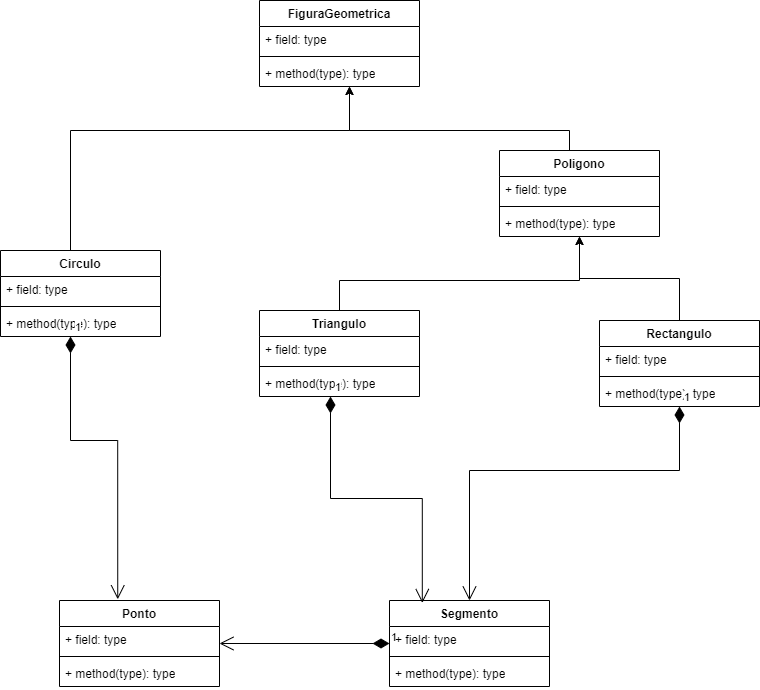
Earlier version of the draw.io export lab04/J/J.drawio.png (rodrigolinhas/UALGPOO). Source tidied: cells renumbered, new cells last; positions are measured from the earlier drawing's top-left corner, leaving out a move shared by most shapes.
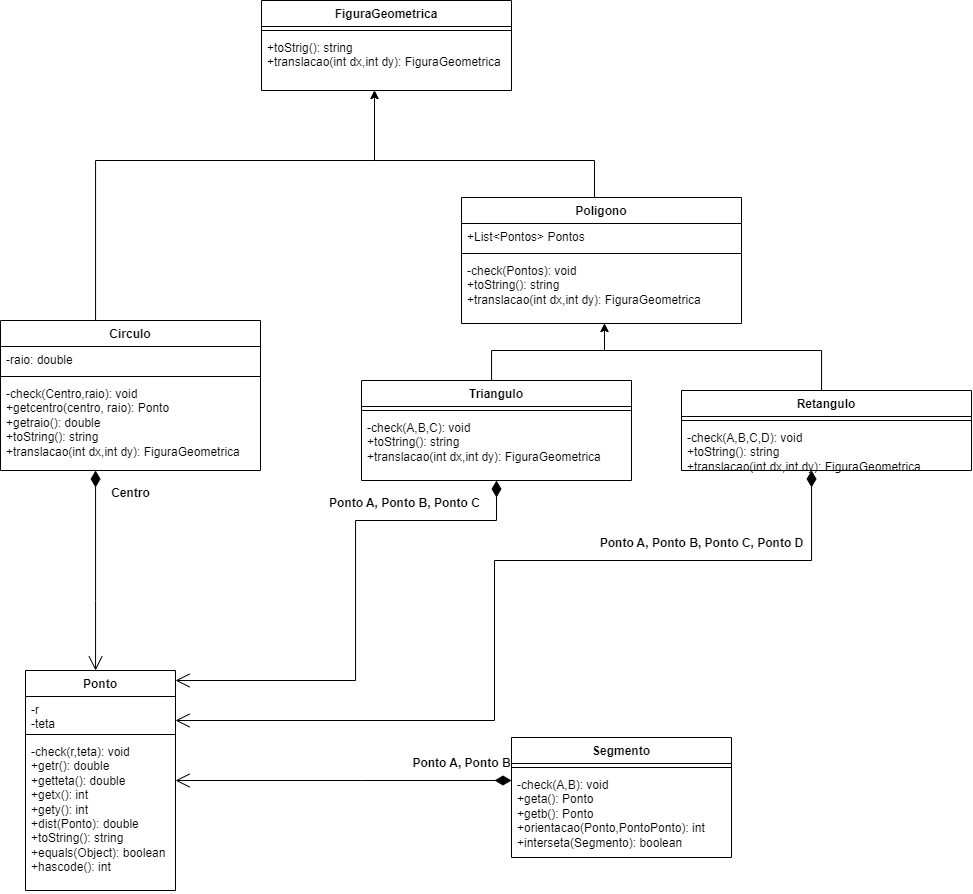
Above is the later version.

Change to the diagram source:
```diff
@@ -3,143 +3,156 @@
     <mxCell id="0" />
     <mxCell id="1" parent="0" />
     <mxCell id="2" value="Ponto" style="swimlane;fontStyle=1;align=center;verticalAlign=top;horizontal=1;startSize=26;whiteSpace=wrap;html=1;" parent="1" vertex="1">
-      <mxGeometry x="59" y="600" width="160" height="86" as="geometry" />
+      <mxGeometry y="600" width="150" height="220" as="geometry" />
     </mxCell>
-    <mxCell id="3" value="+ field: type" style="text;strokeColor=none;fillColor=none;align=left;verticalAlign=top;spacingLeft=4;spacingRight=4;overflow=hidden;whiteSpace=wrap;html=1;" parent="2" vertex="1">
-      <mxGeometry y="26" width="160" height="26" as="geometry" />
-    </mxCell>
-    <mxCell id="4" style="line;strokeWidth=1;fillColor=none;align=left;verticalAlign=middle;spacingTop=-1;spacingLeft=3;spacingRight=3;labelPosition=right;strokeColor=inherit;" parent="2" vertex="1">
-      <mxGeometry y="52" width="160" height="8" as="geometry" />
-    </mxCell>
-    <mxCell id="5" value="+ method(type): type" style="text;strokeColor=none;fillColor=none;align=left;verticalAlign=top;spacingLeft=4;spacingRight=4;overflow=hidden;whiteSpace=wrap;html=1;" parent="2" vertex="1">
-      <mxGeometry y="60" width="160" height="26" as="geometry" />
-    </mxCell>
+    <mxCell id="38" value="-r&lt;div&gt;-teta&lt;/div&gt;" style="text;strokeColor=none;fillColor=none;align=left;verticalAlign=top;spacingLeft=4;spacingRight=4;overflow=hidden;whiteSpace=wrap;html=1;" parent="2" vertex="1">
+      <mxGeometry y="26" width="150" height="34" as="geometry" />
+    </mxCell>
+    <mxCell id="39" style="line;strokeWidth=1;fillColor=none;align=left;verticalAlign=middle;spacingTop=-1;spacingLeft=3;spacingRight=3;labelPosition=right;strokeColor=inherit;" parent="2" vertex="1">
+      <mxGeometry y="60" width="150" height="8" as="geometry" />
+    </mxCell>
+    <mxCell id="40" value="-check(r,teta): void&lt;div&gt;+getr(): double&lt;/div&gt;&lt;div&gt;&lt;div&gt;+getteta(): double&lt;/div&gt;&lt;/div&gt;&lt;div&gt;&lt;div&gt;+getx(): int&lt;/div&gt;&lt;/div&gt;&lt;div&gt;&lt;div&gt;+gety(): int&lt;/div&gt;&lt;/div&gt;&lt;div&gt;&lt;div&gt;+dist(Ponto): double&lt;/div&gt;&lt;/div&gt;&lt;div&gt;+toString(): string&lt;/div&gt;&lt;div&gt;+equals(Object): boolean&lt;/div&gt;&lt;div&gt;+hascode(): int&lt;/div&gt;" style="text;strokeColor=none;fillColor=none;align=left;verticalAlign=top;spacingLeft=4;spacingRight=4;overflow=hidden;whiteSpace=wrap;html=1;" parent="2" vertex="1">
+      <mxGeometry y="68" width="150" height="152" as="geometry" />
+    </mxCell>
-    <mxCell id="6" value="1" style="endArrow=open;html=1;endSize=12;startArrow=diamondThin;startSize=14;startFill=1;edgeStyle=orthogonalEdgeStyle;align=left;verticalAlign=bottom;rounded=0;" parent="1" edge="1" source="22" target="2">
-      <mxGeometry x="-1" y="3" relative="1" as="geometry" />
+    <mxCell id="6" value="&lt;div&gt;&lt;br&gt;&lt;/div&gt;" style="endArrow=open;html=1;endSize=12;startArrow=diamondThin;startSize=14;startFill=1;edgeStyle=orthogonalEdgeStyle;align=left;verticalAlign=bottom;rounded=0;" parent="1" edge="1" source="22" target="2">
+      <mxGeometry x="-0.51" y="37" relative="1" as="geometry">
+        <Array as="points">
+          <mxPoint x="336" y="710" />
+          <mxPoint x="336" y="710" />
+        </Array>
+      </mxGeometry>
     </mxCell>
-    <mxCell id="7" style="edgeStyle=orthogonalEdgeStyle;rounded=0;jettySize=auto;html=1;" parent="1" edge="1" source="8" target="31">
-      <mxGeometry relative="1" as="geometry" />
-    </mxCell>
-    <mxCell id="8" value="Rectangulo" style="swimlane;fontStyle=1;align=center;verticalAlign=top;horizontal=1;startSize=26;whiteSpace=wrap;html=1;" parent="1" vertex="1">
-      <mxGeometry x="599" y="320" width="160" height="86" as="geometry" />
-    </mxCell>
-    <mxCell id="9" value="+ field: type" style="text;strokeColor=none;fillColor=none;align=left;verticalAlign=top;spacingLeft=4;spacingRight=4;overflow=hidden;whiteSpace=wrap;html=1;" parent="8" vertex="1">
-      <mxGeometry y="26" width="160" height="26" as="geometry" />
-    </mxCell>
-    <mxCell id="10" style="line;strokeWidth=1;fillColor=none;align=left;verticalAlign=middle;spacingTop=-1;spacingLeft=3;spacingRight=3;labelPosition=right;strokeColor=inherit;" parent="8" vertex="1">
-      <mxGeometry y="52" width="160" height="8" as="geometry" />
-    </mxCell>
-    <mxCell id="11" value="+ method(type): type" style="text;strokeColor=none;fillColor=none;align=left;verticalAlign=top;spacingLeft=4;spacingRight=4;overflow=hidden;whiteSpace=wrap;html=1;" parent="8" vertex="1">
-      <mxGeometry y="60" width="160" height="26" as="geometry" />
-    </mxCell>
+    <mxCell id="41" style="edgeStyle=orthogonalEdgeStyle;rounded=0;jettySize=auto;html=1;" parent="1" edge="1" source="42" target="31">
+      <mxGeometry relative="1" as="geometry">
+        <Array as="points">
+          <mxPoint x="796" y="280" />
+          <mxPoint x="579" y="280" />
+        </Array>
+      </mxGeometry>
+    </mxCell>
+    <mxCell id="42" value="Retangulo" style="swimlane;fontStyle=1;align=center;verticalAlign=top;horizontal=1;startSize=26;whiteSpace=wrap;html=1;" parent="1" vertex="1">
+      <mxGeometry x="656" y="320" width="290" height="80" as="geometry" />
+    </mxCell>
+    <mxCell id="43" style="line;strokeWidth=1;fillColor=none;align=left;verticalAlign=middle;spacingTop=-1;spacingLeft=3;spacingRight=3;labelPosition=right;strokeColor=inherit;" parent="42" vertex="1">
+      <mxGeometry y="26" width="290" height="8" as="geometry" />
+    </mxCell>
+    <mxCell id="44" value="-check(A,B,C,D): void&lt;div&gt;+toString(): string&lt;/div&gt;&lt;div&gt;+translacao(int dx,int dy): FiguraGeometrica&amp;nbsp;&lt;/div&gt;" style="text;strokeColor=none;fillColor=none;align=left;verticalAlign=top;spacingLeft=4;spacingRight=4;overflow=hidden;whiteSpace=wrap;html=1;" parent="42" vertex="1">
+      <mxGeometry y="34" width="290" height="46" as="geometry" />
+    </mxCell>
     <mxCell id="12" style="edgeStyle=orthogonalEdgeStyle;rounded=0;jettySize=auto;html=1;" parent="1" edge="1" source="13" target="31">
       <mxGeometry relative="1" as="geometry">
         <Array as="points">
-          <mxPoint x="339" y="280" />
+          <mxPoint x="466" y="280" />
           <mxPoint x="579" y="280" />
         </Array>
       </mxGeometry>
     </mxCell>
     <mxCell id="13" value="Triangulo" style="swimlane;fontStyle=1;align=center;verticalAlign=top;horizontal=1;startSize=26;whiteSpace=wrap;html=1;" parent="1" vertex="1">
-      <mxGeometry x="259" y="310" width="160" height="86" as="geometry" />
+      <mxGeometry x="336" y="310" width="270" height="100" as="geometry" />
     </mxCell>
-    <mxCell id="14" value="+ field: type" style="text;strokeColor=none;fillColor=none;align=left;verticalAlign=top;spacingLeft=4;spacingRight=4;overflow=hidden;whiteSpace=wrap;html=1;" parent="13" vertex="1">
-      <mxGeometry y="26" width="160" height="26" as="geometry" />
-    </mxCell>
-    <mxCell id="15" style="line;strokeWidth=1;fillColor=none;align=left;verticalAlign=middle;spacingTop=-1;spacingLeft=3;spacingRight=3;labelPosition=right;strokeColor=inherit;" parent="13" vertex="1">
-      <mxGeometry y="52" width="160" height="8" as="geometry" />
-    </mxCell>
-    <mxCell id="16" value="+ method(type): type" style="text;strokeColor=none;fillColor=none;align=left;verticalAlign=top;spacingLeft=4;spacingRight=4;overflow=hidden;whiteSpace=wrap;html=1;" parent="13" vertex="1">
-      <mxGeometry y="60" width="160" height="26" as="geometry" />
-    </mxCell>
+    <mxCell id="45" style="line;strokeWidth=1;fillColor=none;align=left;verticalAlign=middle;spacingTop=-1;spacingLeft=3;spacingRight=3;labelPosition=right;strokeColor=inherit;" parent="13" vertex="1">
+      <mxGeometry y="26" width="270" height="8" as="geometry" />
+    </mxCell>
+    <mxCell id="46" value="-check(A,B,C): void&lt;div&gt;+toString(): string&lt;/div&gt;&lt;div&gt;+translacao(int dx,int dy): FiguraGeometrica&amp;nbsp;&lt;/div&gt;" style="text;strokeColor=none;fillColor=none;align=left;verticalAlign=top;spacingLeft=4;spacingRight=4;overflow=hidden;whiteSpace=wrap;html=1;" parent="13" vertex="1">
+      <mxGeometry y="34" width="270" height="66" as="geometry" />
+    </mxCell>
     <mxCell id="17" style="edgeStyle=orthogonalEdgeStyle;rounded=0;jettySize=auto;html=1;" parent="1" edge="1" source="18" target="26">
       <mxGeometry relative="1" as="geometry">
         <Array as="points">
-          <mxPoint x="70" y="130" />
-          <mxPoint x="349" y="130" />
+          <mxPoint x="70" y="90" />
+          <mxPoint x="349" y="90" />
         </Array>
       </mxGeometry>
     </mxCell>
     <mxCell id="18" value="Circulo" style="swimlane;fontStyle=1;align=center;verticalAlign=top;horizontal=1;startSize=26;whiteSpace=wrap;html=1;" parent="1" vertex="1">
-      <mxGeometry y="250" width="160" height="86" as="geometry" />
+      <mxGeometry x="-25" y="250" width="260" height="150" as="geometry" />
     </mxCell>
-    <mxCell id="19" value="+ field: type" style="text;strokeColor=none;fillColor=none;align=left;verticalAlign=top;spacingLeft=4;spacingRight=4;overflow=hidden;whiteSpace=wrap;html=1;" parent="18" vertex="1">
-      <mxGeometry y="26" width="160" height="26" as="geometry" />
-    </mxCell>
-    <mxCell id="20" style="line;strokeWidth=1;fillColor=none;align=left;verticalAlign=middle;spacingTop=-1;spacingLeft=3;spacingRight=3;labelPosition=right;strokeColor=inherit;" parent="18" vertex="1">
-      <mxGeometry y="52" width="160" height="8" as="geometry" />
-    </mxCell>
-    <mxCell id="21" value="+ method(type): type" style="text;strokeColor=none;fillColor=none;align=left;verticalAlign=top;spacingLeft=4;spacingRight=4;overflow=hidden;whiteSpace=wrap;html=1;" parent="18" vertex="1">
-      <mxGeometry y="60" width="160" height="26" as="geometry" />
-    </mxCell>
+    <mxCell id="47" value="-raio: double" style="text;strokeColor=none;fillColor=none;align=left;verticalAlign=top;spacingLeft=4;spacingRight=4;overflow=hidden;whiteSpace=wrap;html=1;" parent="18" vertex="1">
+      <mxGeometry y="26" width="260" height="26" as="geometry" />
+    </mxCell>
+    <mxCell id="48" style="line;strokeWidth=1;fillColor=none;align=left;verticalAlign=middle;spacingTop=-1;spacingLeft=3;spacingRight=3;labelPosition=right;strokeColor=inherit;" parent="18" vertex="1">
+      <mxGeometry y="52" width="260" height="8" as="geometry" />
+    </mxCell>
+    <mxCell id="49" value="&lt;div&gt;-check(Centro,raio): void&lt;/div&gt;+getcentro(centro, raio): Ponto&lt;div&gt;+getraio(): double&lt;/div&gt;&lt;div&gt;+toString(): string&lt;/div&gt;&lt;div&gt;+translacao(int dx,int dy): FiguraGeometrica&amp;nbsp;&lt;/div&gt;" style="text;strokeColor=none;fillColor=none;align=left;verticalAlign=top;spacingLeft=4;spacingRight=4;overflow=hidden;whiteSpace=wrap;html=1;" parent="18" vertex="1">
+      <mxGeometry y="60" width="260" height="90" as="geometry" />
+    </mxCell>
     <mxCell id="22" value="Segmento" style="swimlane;fontStyle=1;align=center;verticalAlign=top;horizontal=1;startSize=26;whiteSpace=wrap;html=1;" parent="1" vertex="1">
-      <mxGeometry x="389" y="600" width="160" height="86" as="geometry" />
+      <mxGeometry x="486" y="667" width="220" height="120" as="geometry" />
     </mxCell>
-    <mxCell id="23" value="+ field: type" style="text;strokeColor=none;fillColor=none;align=left;verticalAlign=top;spacingLeft=4;spacingRight=4;overflow=hidden;whiteSpace=wrap;html=1;" parent="22" vertex="1">
-      <mxGeometry y="26" width="160" height="26" as="geometry" />
-    </mxCell>
-    <mxCell id="24" style="line;strokeWidth=1;fillColor=none;align=left;verticalAlign=middle;spacingTop=-1;spacingLeft=3;spacingRight=3;labelPosition=right;strokeColor=inherit;" parent="22" vertex="1">
-      <mxGeometry y="52" width="160" height="8" as="geometry" />
-    </mxCell>
-    <mxCell id="25" value="+ method(type): type" style="text;strokeColor=none;fillColor=none;align=left;verticalAlign=top;spacingLeft=4;spacingRight=4;overflow=hidden;whiteSpace=wrap;html=1;" parent="22" vertex="1">
-      <mxGeometry y="60" width="160" height="26" as="geometry" />
-    </mxCell>
+    <mxCell id="50" style="line;strokeWidth=1;fillColor=none;align=left;verticalAlign=middle;spacingTop=-1;spacingLeft=3;spacingRight=3;labelPosition=right;strokeColor=inherit;" parent="22" vertex="1">
+      <mxGeometry y="26" width="220" height="8" as="geometry" />
+    </mxCell>
+    <mxCell id="51" value="&lt;div&gt;-check(A,B): void&lt;/div&gt;+geta(): Ponto&lt;div&gt;+getb(): Ponto&lt;/div&gt;&lt;div&gt;+orientacao(Ponto,PontoPonto): int&lt;/div&gt;&lt;div&gt;+interseta(Segmento): boolean&lt;/div&gt;" style="text;strokeColor=none;fillColor=none;align=left;verticalAlign=top;spacingLeft=4;spacingRight=4;overflow=hidden;whiteSpace=wrap;html=1;" parent="22" vertex="1">
+      <mxGeometry y="34" width="220" height="86" as="geometry" />
+    </mxCell>
     <mxCell id="26" value="FiguraGeometrica" style="swimlane;fontStyle=1;align=center;verticalAlign=top;horizontal=1;startSize=26;whiteSpace=wrap;html=1;" parent="1" vertex="1">
-      <mxGeometry x="259" width="160" height="86" as="geometry" />
+      <mxGeometry x="236" y="-70" width="250" height="90" as="geometry" />
     </mxCell>
-    <mxCell id="27" value="+ field: type" style="text;strokeColor=none;fillColor=none;align=left;verticalAlign=top;spacingLeft=4;spacingRight=4;overflow=hidden;whiteSpace=wrap;html=1;" parent="26" vertex="1">
-      <mxGeometry y="26" width="160" height="26" as="geometry" />
-    </mxCell>
-    <mxCell id="28" style="line;strokeWidth=1;fillColor=none;align=left;verticalAlign=middle;spacingTop=-1;spacingLeft=3;spacingRight=3;labelPosition=right;strokeColor=inherit;" parent="26" vertex="1">
-      <mxGeometry y="52" width="160" height="8" as="geometry" />
-    </mxCell>
-    <mxCell id="29" value="+ method(type): type" style="text;strokeColor=none;fillColor=none;align=left;verticalAlign=top;spacingLeft=4;spacingRight=4;overflow=hidden;whiteSpace=wrap;html=1;" parent="26" vertex="1">
-      <mxGeometry y="60" width="160" height="26" as="geometry" />
-    </mxCell>
+    <mxCell id="52" style="line;strokeWidth=1;fillColor=none;align=left;verticalAlign=middle;spacingTop=-1;spacingLeft=3;spacingRight=3;labelPosition=right;strokeColor=inherit;" parent="26" vertex="1">
+      <mxGeometry y="26" width="250" height="8" as="geometry" />
+    </mxCell>
+    <mxCell id="53" value="+toStrig(): string&lt;div&gt;+translacao(int dx,int dy): FiguraGeometrica&amp;nbsp;&lt;/div&gt;" style="text;strokeColor=none;fillColor=none;align=left;verticalAlign=top;spacingLeft=4;spacingRight=4;overflow=hidden;whiteSpace=wrap;html=1;" parent="26" vertex="1">
+      <mxGeometry y="34" width="250" height="56" as="geometry" />
+    </mxCell>
     <mxCell id="30" style="edgeStyle=orthogonalEdgeStyle;rounded=0;jettySize=auto;html=1;exitX=0.5;exitY=0;exitDx=0;exitDy=0;" parent="1" edge="1" source="31" target="26">
       <mxGeometry relative="1" as="geometry">
         <Array as="points">
+          <mxPoint x="576" y="150" />
           <mxPoint x="569" y="150" />
-          <mxPoint x="569" y="130" />
-          <mxPoint x="349" y="130" />
+          <mxPoint x="569" y="90" />
+          <mxPoint x="349" y="90" />
         </Array>
       </mxGeometry>
     </mxCell>
     <mxCell id="31" value="Poligono" style="swimlane;fontStyle=1;align=center;verticalAlign=top;horizontal=1;startSize=26;whiteSpace=wrap;html=1;" parent="1" vertex="1">
-      <mxGeometry x="499" y="150" width="160" height="86" as="geometry" />
+      <mxGeometry x="436" y="127" width="280" height="126" as="geometry" />
     </mxCell>
-    <mxCell id="32" value="+ field: type" style="text;strokeColor=none;fillColor=none;align=left;verticalAlign=top;spacingLeft=4;spacingRight=4;overflow=hidden;whiteSpace=wrap;html=1;" parent="31" vertex="1">
-      <mxGeometry y="26" width="160" height="26" as="geometry" />
-    </mxCell>
-    <mxCell id="33" style="line;strokeWidth=1;fillColor=none;align=left;verticalAlign=middle;spacingTop=-1;spacingLeft=3;spacingRight=3;labelPosition=right;strokeColor=inherit;" parent="31" vertex="1">
-      <mxGeometry y="52" width="160" height="8" as="geometry" />
-    </mxCell>
-    <mxCell id="34" value="+ method(type): type" style="text;strokeColor=none;fillColor=none;align=left;verticalAlign=top;spacingLeft=4;spacingRight=4;overflow=hidden;whiteSpace=wrap;html=1;" parent="31" vertex="1">
-      <mxGeometry y="60" width="160" height="26" as="geometry" />
-    </mxCell>
+    <mxCell id="54" value="+List&amp;lt;Pontos&amp;gt; Pontos" style="text;strokeColor=none;fillColor=none;align=left;verticalAlign=top;spacingLeft=4;spacingRight=4;overflow=hidden;whiteSpace=wrap;html=1;" parent="31" vertex="1">
+      <mxGeometry y="26" width="280" height="26" as="geometry" />
+    </mxCell>
+    <mxCell id="55" style="line;strokeWidth=1;fillColor=none;align=left;verticalAlign=middle;spacingTop=-1;spacingLeft=3;spacingRight=3;labelPosition=right;strokeColor=inherit;" parent="31" vertex="1">
+      <mxGeometry y="52" width="280" height="8" as="geometry" />
+    </mxCell>
+    <mxCell id="56" value="-check(Pontos): void&lt;div&gt;+toString(): string&lt;/div&gt;&lt;div&gt;+translacao(int dx,int dy): FiguraGeometrica&amp;nbsp;&lt;/div&gt;" style="text;strokeColor=none;fillColor=none;align=left;verticalAlign=top;spacingLeft=4;spacingRight=4;overflow=hidden;whiteSpace=wrap;html=1;" parent="31" vertex="1">
+      <mxGeometry y="60" width="280" height="66" as="geometry" />
+    </mxCell>
-    <mxCell id="35" value="1" style="endArrow=open;html=1;endSize=12;startArrow=diamondThin;startSize=14;startFill=1;edgeStyle=orthogonalEdgeStyle;align=left;verticalAlign=bottom;rounded=0;entryX=0.364;entryY=-0.014;entryDx=0;entryDy=0;entryPerimeter=0;" parent="1" edge="1" source="18" target="2">
-      <mxGeometry x="-1" y="3" relative="1" as="geometry">
+    <mxCell id="35" style="endArrow=open;html=1;endSize=12;startArrow=diamondThin;startSize=14;startFill=1;edgeStyle=orthogonalEdgeStyle;align=left;verticalAlign=bottom;rounded=0;" parent="1" edge="1" source="18" target="2">
+      <mxGeometry x="-0.65" y="-44" relative="1" as="geometry">
         <Array as="points">
-          <mxPoint x="70" y="440" />
-          <mxPoint x="117" y="440" />
+          <mxPoint x="70" y="530" />
+          <mxPoint x="70" y="530" />
         </Array>
       </mxGeometry>
     </mxCell>
-    <mxCell id="36" value="1" style="endArrow=open;html=1;endSize=12;startArrow=diamondThin;startSize=14;startFill=1;edgeStyle=orthogonalEdgeStyle;align=left;verticalAlign=bottom;rounded=0;entryX=0.205;entryY=0.029;entryDx=0;entryDy=0;entryPerimeter=0;" parent="1" edge="1" source="13" target="22">
-      <mxGeometry x="-1" y="3" relative="1" as="geometry">
-        <Array as="points">
-          <mxPoint x="330" y="498" />
-          <mxPoint x="422" y="498" />
-        </Array>
-      </mxGeometry>
-    </mxCell>
-    <mxCell id="37" value="1" style="endArrow=open;html=1;endSize=12;startArrow=diamondThin;startSize=14;startFill=1;edgeStyle=orthogonalEdgeStyle;align=left;verticalAlign=bottom;rounded=0;entryX=0.5;entryY=0;entryDx=0;entryDy=0;" parent="1" edge="1" source="8" target="22">
-      <mxGeometry x="-1" y="3" relative="1" as="geometry">
-        <Array as="points">
-          <mxPoint x="679" y="470" />
-          <mxPoint x="469" y="470" />
-        </Array>
-      </mxGeometry>
-    </mxCell>
+    <mxCell id="57" value="&lt;div&gt;&lt;br&gt;&lt;/div&gt;&lt;div&gt;&lt;br&gt;&lt;/div&gt;" style="endArrow=open;html=1;endSize=12;startArrow=diamondThin;startSize=14;startFill=1;edgeStyle=orthogonalEdgeStyle;align=left;verticalAlign=bottom;rounded=0;" parent="1" edge="1" source="13" target="2">
+      <mxGeometry x="-0.67" y="36" relative="1" as="geometry">
+        <Array as="points">
+          <mxPoint x="471" y="450" />
+          <mxPoint x="330" y="450" />
+          <mxPoint x="330" y="610" />
+        </Array>
+      </mxGeometry>
+    </mxCell>
+    <mxCell id="58" value="&lt;div&gt;&lt;br&gt;&lt;/div&gt;&lt;div&gt;&lt;br&gt;&lt;/div&gt;" style="endArrow=open;html=1;endSize=12;startArrow=diamondThin;startSize=14;startFill=1;edgeStyle=orthogonalEdgeStyle;align=left;verticalAlign=bottom;rounded=0;" parent="1" edge="1" source="42" target="2">
+      <mxGeometry x="-0.87" y="37" relative="1" as="geometry">
+        <Array as="points">
+          <mxPoint x="786" y="490" />
+          <mxPoint x="469" y="490" />
+          <mxPoint x="469" y="650" />
+        </Array>
+      </mxGeometry>
+    </mxCell>
+    <mxCell id="59" value="Centro" style="text;align=center;fontStyle=1;verticalAlign=middle;spacingLeft=3;spacingRight=3;strokeColor=none;html=1;" parent="1" vertex="1">
+      <mxGeometry x="65" y="410" width="80" height="26" as="geometry" />
+    </mxCell>
+    <mxCell id="60" value="Ponto A, Ponto B" style="text;align=center;fontStyle=1;verticalAlign=middle;spacingLeft=3;spacingRight=3;strokeColor=none;html=1;" parent="1" vertex="1">
+      <mxGeometry x="396" y="680" width="80" height="26" as="geometry" />
+    </mxCell>
+    <mxCell id="61" value="Ponto A, Ponto B, Ponto C" style="text;align=center;fontStyle=1;verticalAlign=middle;spacingLeft=3;spacingRight=3;strokeColor=none;html=1;" parent="1" vertex="1">
+      <mxGeometry x="339" y="420" width="80" height="26" as="geometry" />
+    </mxCell>
+    <mxCell id="62" value="Ponto A, Ponto B, Ponto C, Ponto D" style="text;align=center;fontStyle=1;verticalAlign=middle;spacingLeft=3;spacingRight=3;strokeColor=none;html=1;" parent="1" vertex="1">
+      <mxGeometry x="636" y="460" width="80" height="26" as="geometry" />
+    </mxCell>
   </root>
 </mxGraphModel>
```
